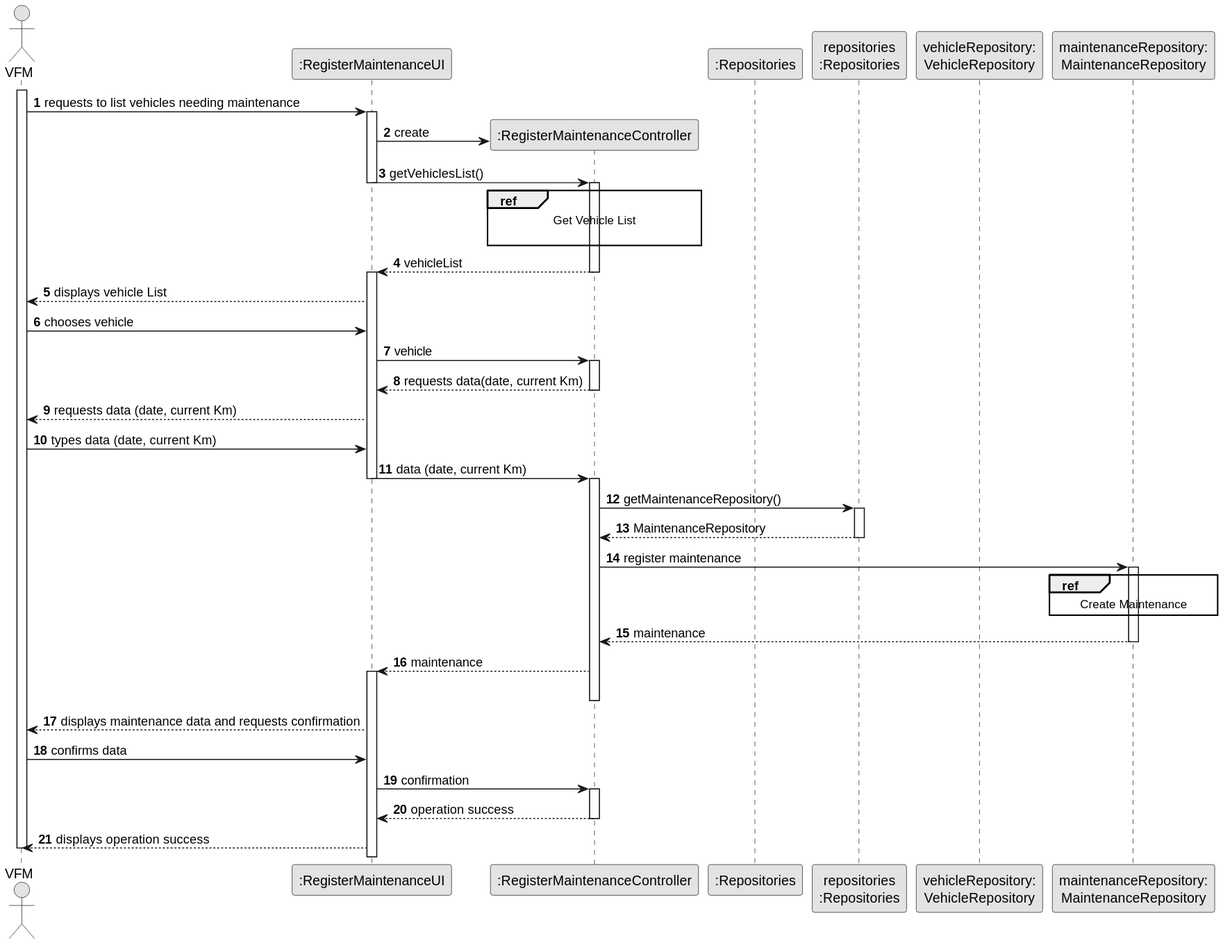
The PlantUML diagram docs/sprintB/us007/03.design/svg/us007-sequence-diagram-split.svg in ricardomm7/leaflink, before a commit. Source of this version:
```plantuml
@startuml
skinparam monochrome true
skinparam packageStyle rectangle
skinparam shadowing false

autonumber

actor "VFM" as VFM
participant ":RegisterMaintenanceUI" as UI
participant ":RegisterMaintenanceController" as CTRL
participant ":Repositories" as RepositorySingleton
participant "repositories\n:Repositories" as PLAT
participant "vehicleRepository:\nVehicleRepository" as VehicleRepository
participant "maintenanceRepository:\nMaintenanceRepository" as MaintenanceRepository


activate VFM

    VFM -> UI : requests to list vehicles needing maintenance
    activate UI

        UI -> CTRL** : create

        UI -> CTRL : getVehiclesList()
        deactivate UI
        activate CTRL

             ref over CTRL
                Get Vehicle List

             end ref

            CTRL --> UI : vehicleList
          deactivate CTRL
           activate UI

            UI --> VFM : displays vehicle List

            VFM -> UI : chooses vehicle

            UI -> CTRL : vehicle
            activate CTRL

            CTRL --> UI : requests data(date, current Km)
            deactivate CTRL

            UI --> VFM : requests data (date, current Km)

            VFM -> UI : types data (date, current Km)

            UI -> CTRL : data (date, current Km)
            deactivate UI
            activate CTRL

            CTRL -> PLAT : getMaintenanceRepository()
            activate PLAT

            PLAT --> CTRL : MaintenanceRepository
            deactivate PLAT


            CTRL -> MaintenanceRepository : register maintenance
            activate MaintenanceRepository

                ref over MaintenanceRepository
                    Create Maintenance
                end
               MaintenanceRepository --> CTRL : maintenance
               deactivate MaintenanceRepository
               CTRL --> UI : maintenance
               activate UI
               deactivate CTRL
               UI --> VFM : displays maintenance data and requests confirmation
               VFM -> UI : confirms data

               UI -> CTRL : confirmation
               activate CTRL

               CTRL --> UI : operation success
               deactivate
               UI --> VFM : displays operation success
               deactivate

               deactivate VFM
@enduml
```
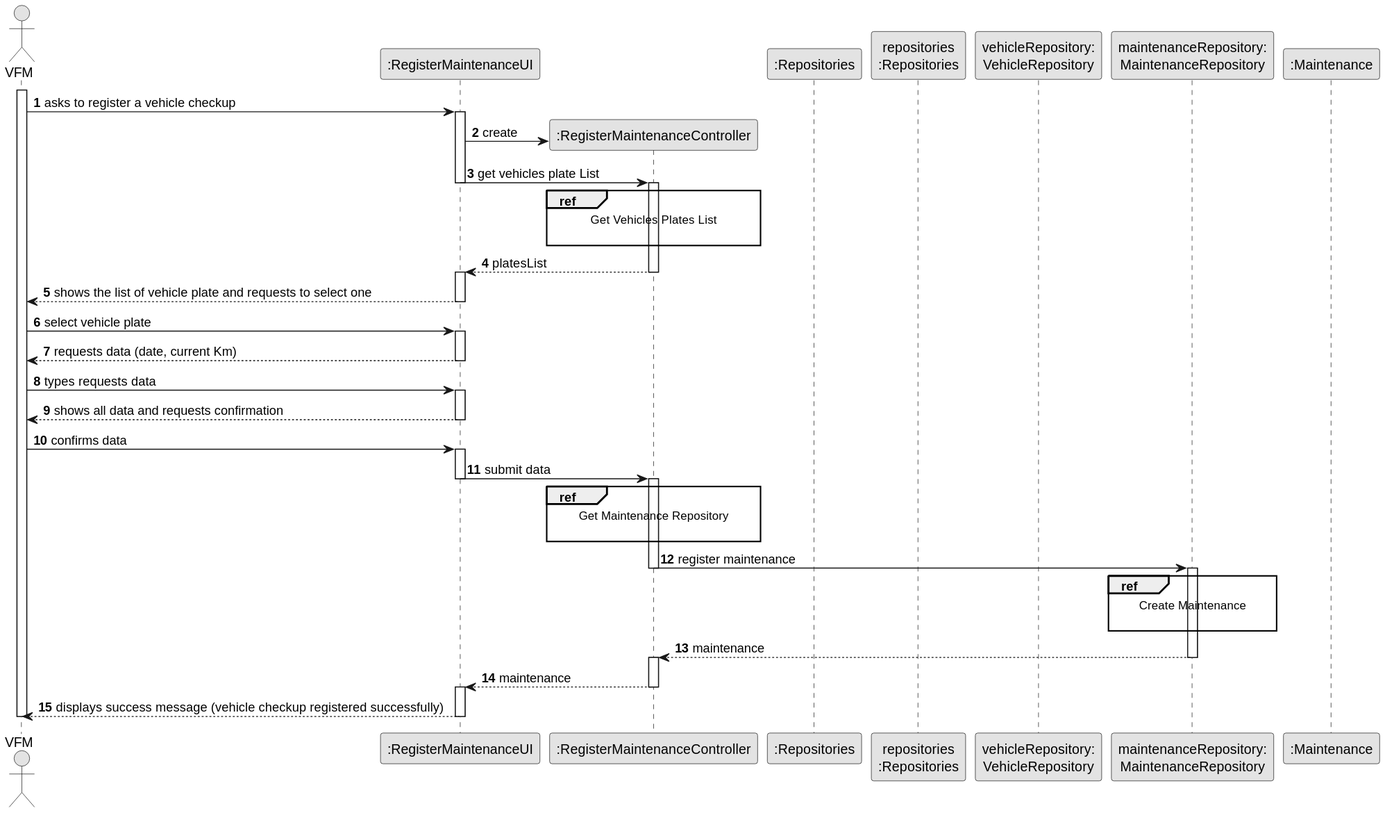
Above is the later version.

Diff of the diagram source:
```diff
@@ -12,74 +12,83 @@
 participant "repositories\n:Repositories" as PLAT
 participant "vehicleRepository:\nVehicleRepository" as VehicleRepository
 participant "maintenanceRepository:\nMaintenanceRepository" as MaintenanceRepository
-
+participant ":Maintenance" as Maintenance
 
 activate VFM
 
-    VFM -> UI : requests to list vehicles needing maintenance
+    VFM -> UI : asks to register a vehicle checkup
     activate UI
 
         UI -> CTRL** : create
 
-        UI -> CTRL : getVehiclesList()
+
+
+        UI -> CTRL : get vehicles plate List
         deactivate UI
         activate CTRL
 
-             ref over CTRL
-                Get Vehicle List
+        ref over CTRL
+                      Get Vehicles Plates List
 
-             end ref
+                                 end ref
 
-            CTRL --> UI : vehicleList
-          deactivate CTRL
-           activate UI
 
-            UI --> VFM : displays vehicle List
 
-            VFM -> UI : chooses vehicle
 
-            UI -> CTRL : vehicle
-            activate CTRL
+            CTRL --> UI : platesList
+            deactivate CTRL
+            activate UI
 
-            CTRL --> UI : requests data(date, current Km)
-            deactivate CTRL
+            UI --> VFM : shows the list of vehicle plate and requests to select one
+            deactivate UI
+
+            VFM -> UI : select vehicle plate
+            activate UI
+
 
             UI --> VFM : requests data (date, current Km)
+            deactivate UI
 
-            VFM -> UI : types data (date, current Km)
+            VFM -> UI : types requests data
+            activate UI
 
-            UI -> CTRL : data (date, current Km)
+            UI --> VFM : shows all data and requests confirmation
+            deactivate UI
+
+            VFM -> UI : confirms data
+            activate UI
+
+
+            UI -> CTRL : submit data
             deactivate UI
             activate CTRL
 
-            CTRL -> PLAT : getMaintenanceRepository()
-            activate PLAT
+            ref over CTRL
+                                  Get Maintenance Repository
 
-            PLAT --> CTRL : MaintenanceRepository
-            deactivate PLAT
+                                             end ref
 
 
             CTRL -> MaintenanceRepository : register maintenance
+                        deactivate CTRL
             activate MaintenanceRepository
 
-                ref over MaintenanceRepository
-                    Create Maintenance
-                end
+             ref over MaintenanceRepository
+                                              Create Maintenance
+
+                                                         end ref
+
+
                MaintenanceRepository --> CTRL : maintenance
                deactivate MaintenanceRepository
+                              activate CTRL
+
                CTRL --> UI : maintenance
+               deactivate CTRL
                activate UI
-               deactivate CTRL
-               UI --> VFM : displays maintenance data and requests confirmation
-               VFM -> UI : confirms data
 
-               UI -> CTRL : confirmation
-               activate CTRL
-
-               CTRL --> UI : operation success
-               deactivate
-               UI --> VFM : displays operation success
-               deactivate
+               UI --> VFM : displays success message (vehicle checkup registered successfully)
+               deactivate UI
 
                deactivate VFM
 @enduml
```
